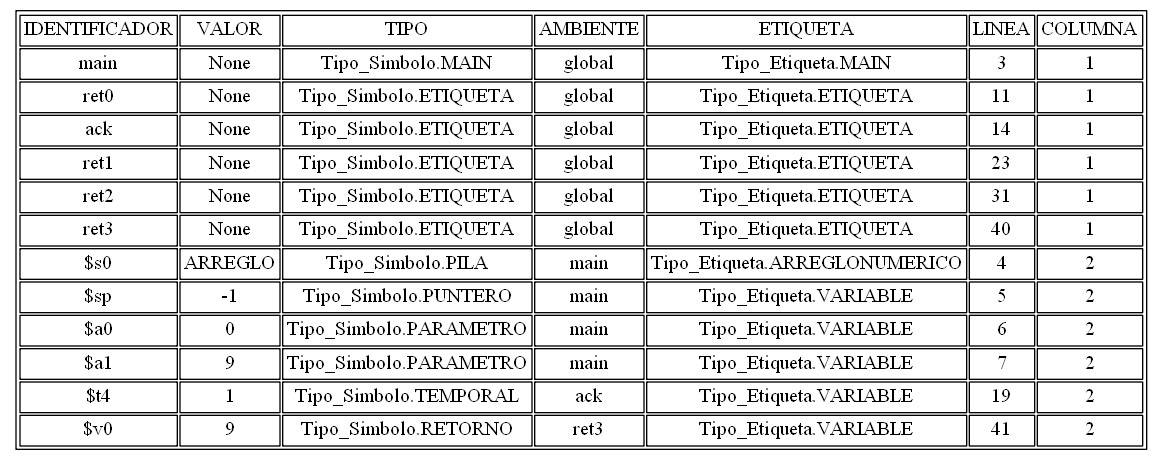
Before: tablasimbolos.png, a diagram exported from Graphviz (AndreeAvalos/OLC2-AUGUS). Its source is kept beside it as tablasimbolos.dot.
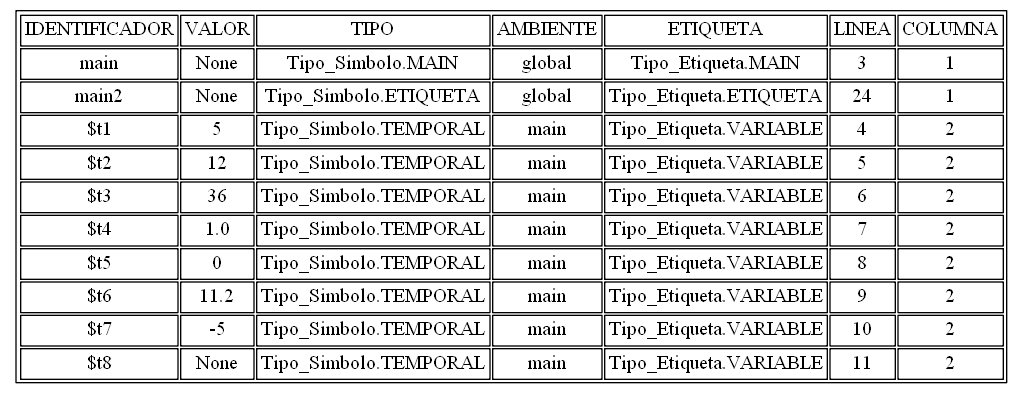
The same file after the commit.

Diff of the diagram source:
```diff
@@ -4,17 +4,15 @@
 arset [label=<<TABLE ALIGN="LEFT">
 <TR><TD>IDENTIFICADOR</TD><TD>VALOR</TD><TD>TIPO</TD><TD>AMBIENTE</TD><TD>ETIQUETA</TD><TD>LINEA</TD><TD>COLUMNA</TD></TR>
 <TR><TD>main</TD><TD>None</TD><TD>Tipo_Simbolo.MAIN</TD><TD>global</TD><TD>Tipo_Etiqueta.MAIN</TD><TD>3</TD><TD>1</TD></TR>
-<TR><TD>ret0</TD><TD>None</TD><TD>Tipo_Simbolo.ETIQUETA</TD><TD>global</TD><TD>Tipo_Etiqueta.ETIQUETA</TD><TD>11</TD><TD>1</TD></TR>
-<TR><TD>ack</TD><TD>None</TD><TD>Tipo_Simbolo.ETIQUETA</TD><TD>global</TD><TD>Tipo_Etiqueta.ETIQUETA</TD><TD>14</TD><TD>1</TD></TR>
-<TR><TD>ret1</TD><TD>None</TD><TD>Tipo_Simbolo.ETIQUETA</TD><TD>global</TD><TD>Tipo_Etiqueta.ETIQUETA</TD><TD>23</TD><TD>1</TD></TR>
-<TR><TD>ret2</TD><TD>None</TD><TD>Tipo_Simbolo.ETIQUETA</TD><TD>global</TD><TD>Tipo_Etiqueta.ETIQUETA</TD><TD>31</TD><TD>1</TD></TR>
-<TR><TD>ret3</TD><TD>None</TD><TD>Tipo_Simbolo.ETIQUETA</TD><TD>global</TD><TD>Tipo_Etiqueta.ETIQUETA</TD><TD>40</TD><TD>1</TD></TR>
-<TR><TD>$s0</TD><TD>ARREGLO</TD><TD>Tipo_Simbolo.PILA</TD><TD>main</TD><TD>Tipo_Etiqueta.ARREGLONUMERICO</TD><TD>4</TD><TD>2</TD></TR>
-<TR><TD>$sp</TD><TD>-1</TD><TD>Tipo_Simbolo.PUNTERO</TD><TD>main</TD><TD>Tipo_Etiqueta.VARIABLE</TD><TD>5</TD><TD>2</TD></TR>
-<TR><TD>$a0</TD><TD>0</TD><TD>Tipo_Simbolo.PARAMETRO</TD><TD>main</TD><TD>Tipo_Etiqueta.VARIABLE</TD><TD>6</TD><TD>2</TD></TR>
-<TR><TD>$a1</TD><TD>9</TD><TD>Tipo_Simbolo.PARAMETRO</TD><TD>main</TD><TD>Tipo_Etiqueta.VARIABLE</TD><TD>7</TD><TD>2</TD></TR>
-<TR><TD>$t4</TD><TD>1</TD><TD>Tipo_Simbolo.TEMPORAL</TD><TD>ack</TD><TD>Tipo_Etiqueta.VARIABLE</TD><TD>19</TD><TD>2</TD></TR>
-<TR><TD>$v0</TD><TD>9</TD><TD>Tipo_Simbolo.RETORNO</TD><TD>ret3</TD><TD>Tipo_Etiqueta.VARIABLE</TD><TD>41</TD><TD>2</TD></TR>
+<TR><TD>main2</TD><TD>None</TD><TD>Tipo_Simbolo.ETIQUETA</TD><TD>global</TD><TD>Tipo_Etiqueta.ETIQUETA</TD><TD>24</TD><TD>1</TD></TR>
+<TR><TD>$t1</TD><TD>5</TD><TD>Tipo_Simbolo.TEMPORAL</TD><TD>main</TD><TD>Tipo_Etiqueta.VARIABLE</TD><TD>4</TD><TD>2</TD></TR>
+<TR><TD>$t2</TD><TD>12</TD><TD>Tipo_Simbolo.TEMPORAL</TD><TD>main</TD><TD>Tipo_Etiqueta.VARIABLE</TD><TD>5</TD><TD>2</TD></TR>
+<TR><TD>$t3</TD><TD>36</TD><TD>Tipo_Simbolo.TEMPORAL</TD><TD>main</TD><TD>Tipo_Etiqueta.VARIABLE</TD><TD>6</TD><TD>2</TD></TR>
+<TR><TD>$t4</TD><TD>1.0</TD><TD>Tipo_Simbolo.TEMPORAL</TD><TD>main</TD><TD>Tipo_Etiqueta.VARIABLE</TD><TD>7</TD><TD>2</TD></TR>
+<TR><TD>$t5</TD><TD>0</TD><TD>Tipo_Simbolo.TEMPORAL</TD><TD>main</TD><TD>Tipo_Etiqueta.VARIABLE</TD><TD>8</TD><TD>2</TD></TR>
+<TR><TD>$t6</TD><TD>11.2</TD><TD>Tipo_Simbolo.TEMPORAL</TD><TD>main</TD><TD>Tipo_Etiqueta.VARIABLE</TD><TD>9</TD><TD>2</TD></TR>
+<TR><TD>$t7</TD><TD>-5</TD><TD>Tipo_Simbolo.TEMPORAL</TD><TD>main</TD><TD>Tipo_Etiqueta.VARIABLE</TD><TD>10</TD><TD>2</TD></TR>
+<TR><TD>$t8</TD><TD>None</TD><TD>Tipo_Simbolo.TEMPORAL</TD><TD>main</TD><TD>Tipo_Etiqueta.VARIABLE</TD><TD>11</TD><TD>2</TD></TR>
 </TABLE>
 >, ];
 }
```
